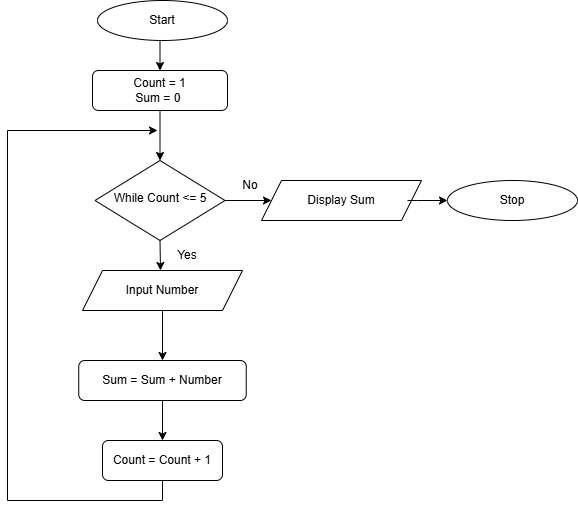
Earlier version of the draw.io export images/Q3.drawio.png (jayani-athukorala/algorithm-flowchart-exercise). Source tidied: cells renumbered, new cells last; positions are measured from the earlier drawing's top-left corner, leaving out a move shared by most shapes. Source of this version:
```xml
<mxGraphModel>
  <root>
    <mxCell id="0" />
    <mxCell id="1" parent="0" />
    <mxCell id="2" value="Count = 1&lt;div&gt;Sum = 0&amp;nbsp;&lt;/div&gt;" style="rounded=1;whiteSpace=wrap;html=1;fontSize=12;glass=0;strokeWidth=1;shadow=0;" parent="1" vertex="1">
      <mxGeometry x="85" y="70" width="135" height="40" as="geometry" />
    </mxCell>
    <mxCell id="3" style="edgeStyle=orthogonalEdgeStyle;rounded=0;jettySize=auto;html=1;" parent="1" edge="1" source="4" target="9">
      <mxGeometry relative="1" as="geometry" />
    </mxCell>
    <mxCell id="4" value="While Count &amp;lt;= 5" style="rhombus;whiteSpace=wrap;html=1;shadow=0;fontFamily=Helvetica;fontSize=12;align=center;strokeWidth=1;spacing=6;spacingTop=-4;" parent="1" vertex="1">
      <mxGeometry x="87.5" y="160" width="130" height="80" as="geometry" />
    </mxCell>
    <mxCell id="5" value="Count = Count + 1" style="rounded=1;whiteSpace=wrap;html=1;fontSize=12;glass=0;strokeWidth=1;shadow=0;" parent="1" vertex="1">
      <mxGeometry x="95" y="440" width="120" height="40" as="geometry" />
    </mxCell>
    <mxCell id="6" value="Sum = Sum + Number" style="rounded=1;whiteSpace=wrap;html=1;fontSize=12;glass=0;strokeWidth=1;shadow=0;" parent="1" vertex="1">
      <mxGeometry x="71.2" y="360" width="167.5" height="40" as="geometry" />
    </mxCell>
    <mxCell id="7" style="edgeStyle=orthogonalEdgeStyle;rounded=0;jettySize=auto;html=1;exitX=0.5;exitY=1;exitDx=0;exitDy=0;entryX=0.5;entryY=0;entryDx=0;entryDy=0;" parent="1" edge="1" source="8" target="2">
      <mxGeometry relative="1" as="geometry" />
    </mxCell>
    <mxCell id="8" value="Start" style="ellipse;whiteSpace=wrap;html=1;" parent="1" vertex="1">
      <mxGeometry x="90" width="130" height="40" as="geometry" />
    </mxCell>
    <mxCell id="9" value="Display Sum" style="shape=parallelogram;perimeter=parallelogramPerimeter;whiteSpace=wrap;html=1;fixedSize=1;" parent="1" vertex="1">
      <mxGeometry x="254" y="180" width="160" height="40" as="geometry" />
    </mxCell>
    <mxCell id="10" value="Yes" style="text;html=1;whiteSpace=wrap;strokeColor=none;fillColor=none;align=center;verticalAlign=middle;rounded=0;" parent="1" vertex="1">
      <mxGeometry x="150" y="240" width="60" height="30" as="geometry" />
    </mxCell>
    <mxCell id="11" style="endArrow=classic;html=1;rounded=0;exitX=0.5;exitY=1;exitDx=0;exitDy=0;entryX=0.5;entryY=0;entryDx=0;entryDy=0;" parent="1" edge="1" source="2" target="4">
      <mxGeometry relative="1" as="geometry" />
    </mxCell>
    <mxCell id="12" style="endArrow=classic;html=1;rounded=0;exitX=0.5;exitY=1;exitDx=0;exitDy=0;" parent="1" edge="1" source="4">
      <mxGeometry relative="1" as="geometry">
        <mxPoint x="153" y="270" as="targetPoint" />
      </mxGeometry>
    </mxCell>
    <mxCell id="13" value="Input Number" style="shape=parallelogram;perimeter=parallelogramPerimeter;whiteSpace=wrap;html=1;fixedSize=1;" parent="1" vertex="1">
      <mxGeometry x="75" y="270" width="160" height="40" as="geometry" />
    </mxCell>
    <mxCell id="14" value="No" style="text;html=1;whiteSpace=wrap;strokeColor=none;fillColor=none;align=center;verticalAlign=middle;rounded=0;" parent="1" vertex="1">
      <mxGeometry x="212.5" y="170" width="60" height="30" as="geometry" />
    </mxCell>
    <mxCell id="15" style="endArrow=classic;html=1;rounded=0;exitX=0.5;exitY=1;exitDx=0;exitDy=0;entryX=0.5;entryY=0;entryDx=0;entryDy=0;" parent="1" edge="1" source="13" target="6">
      <mxGeometry relative="1" as="geometry" />
    </mxCell>
    <mxCell id="16" style="endArrow=classic;html=1;rounded=0;exitX=0.5;exitY=1;exitDx=0;exitDy=0;entryX=0.5;entryY=0;entryDx=0;entryDy=0;" parent="1" edge="1" source="6" target="5">
      <mxGeometry relative="1" as="geometry" />
    </mxCell>
    <mxCell id="17" style="endArrow=classic;html=1;rounded=0;exitX=0.5;exitY=1;exitDx=0;exitDy=0;" parent="1" edge="1" source="5">
      <mxGeometry relative="1" as="geometry">
        <mxPoint x="150" y="130" as="targetPoint" />
        <Array as="points">
          <mxPoint x="155" y="500" />
          <mxPoint y="500" />
          <mxPoint y="130" />
        </Array>
      </mxGeometry>
    </mxCell>
    <mxCell id="18" style="endArrow=classic;html=1;rounded=0;" parent="1" edge="1">
      <mxGeometry relative="1" as="geometry">
        <mxPoint x="400" y="200" as="sourcePoint" />
        <mxPoint x="440" y="200" as="targetPoint" />
        <Array as="points">
          <mxPoint x="410" y="200" />
        </Array>
      </mxGeometry>
    </mxCell>
    <mxCell id="19" value="Stop" style="ellipse;whiteSpace=wrap;html=1;" parent="1" vertex="1">
      <mxGeometry x="440" y="180" width="130" height="40" as="geometry" />
    </mxCell>
  </root>
</mxGraphModel>
```
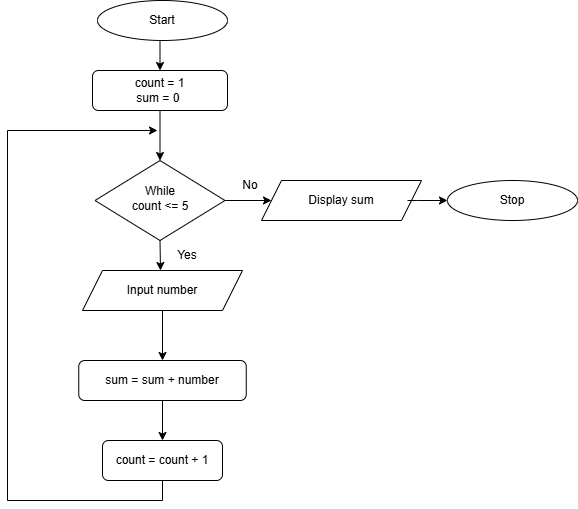
The same file after the commit.

The edit, as a diff of the source:
```diff
@@ -2,19 +2,19 @@
   <root>
     <mxCell id="0" />
     <mxCell id="1" parent="0" />
-    <mxCell id="2" value="Count = 1&lt;div&gt;Sum = 0&amp;nbsp;&lt;/div&gt;" style="rounded=1;whiteSpace=wrap;html=1;fontSize=12;glass=0;strokeWidth=1;shadow=0;" parent="1" vertex="1">
+    <mxCell id="2" value="count = 1&lt;div&gt;sum = 0&amp;nbsp;&lt;/div&gt;" style="rounded=1;whiteSpace=wrap;html=1;fontSize=12;glass=0;strokeWidth=1;shadow=0;" parent="1" vertex="1">
       <mxGeometry x="85" y="70" width="135" height="40" as="geometry" />
     </mxCell>
     <mxCell id="3" style="edgeStyle=orthogonalEdgeStyle;rounded=0;jettySize=auto;html=1;" parent="1" edge="1" source="4" target="9">
       <mxGeometry relative="1" as="geometry" />
     </mxCell>
-    <mxCell id="4" value="While Count &amp;lt;= 5" style="rhombus;whiteSpace=wrap;html=1;shadow=0;fontFamily=Helvetica;fontSize=12;align=center;strokeWidth=1;spacing=6;spacingTop=-4;" parent="1" vertex="1">
+    <mxCell id="4" value="While&lt;div&gt;count &amp;lt;= 5&lt;/div&gt;" style="rhombus;whiteSpace=wrap;html=1;shadow=0;fontFamily=Helvetica;fontSize=12;align=center;strokeWidth=1;spacing=6;spacingTop=-4;" parent="1" vertex="1">
       <mxGeometry x="87.5" y="160" width="130" height="80" as="geometry" />
     </mxCell>
-    <mxCell id="5" value="Count = Count + 1" style="rounded=1;whiteSpace=wrap;html=1;fontSize=12;glass=0;strokeWidth=1;shadow=0;" parent="1" vertex="1">
+    <mxCell id="5" value="count = count + 1" style="rounded=1;whiteSpace=wrap;html=1;fontSize=12;glass=0;strokeWidth=1;shadow=0;" parent="1" vertex="1">
       <mxGeometry x="95" y="440" width="120" height="40" as="geometry" />
     </mxCell>
-    <mxCell id="6" value="Sum = Sum + Number" style="rounded=1;whiteSpace=wrap;html=1;fontSize=12;glass=0;strokeWidth=1;shadow=0;" parent="1" vertex="1">
+    <mxCell id="6" value="sum = sum + number" style="rounded=1;whiteSpace=wrap;html=1;fontSize=12;glass=0;strokeWidth=1;shadow=0;" parent="1" vertex="1">
       <mxGeometry x="71.2" y="360" width="167.5" height="40" as="geometry" />
     </mxCell>
     <mxCell id="7" style="edgeStyle=orthogonalEdgeStyle;rounded=0;jettySize=auto;html=1;exitX=0.5;exitY=1;exitDx=0;exitDy=0;entryX=0.5;entryY=0;entryDx=0;entryDy=0;" parent="1" edge="1" source="8" target="2">
@@ -23,7 +23,7 @@
     <mxCell id="8" value="Start" style="ellipse;whiteSpace=wrap;html=1;" parent="1" vertex="1">
       <mxGeometry x="90" width="130" height="40" as="geometry" />
     </mxCell>
-    <mxCell id="9" value="Display Sum" style="shape=parallelogram;perimeter=parallelogramPerimeter;whiteSpace=wrap;html=1;fixedSize=1;" parent="1" vertex="1">
+    <mxCell id="9" value="Display sum" style="shape=parallelogram;perimeter=parallelogramPerimeter;whiteSpace=wrap;html=1;fixedSize=1;" parent="1" vertex="1">
       <mxGeometry x="254" y="180" width="160" height="40" as="geometry" />
     </mxCell>
     <mxCell id="10" value="Yes" style="text;html=1;whiteSpace=wrap;strokeColor=none;fillColor=none;align=center;verticalAlign=middle;rounded=0;" parent="1" vertex="1">
@@ -37,7 +37,7 @@
         <mxPoint x="153" y="270" as="targetPoint" />
       </mxGeometry>
     </mxCell>
-    <mxCell id="13" value="Input Number" style="shape=parallelogram;perimeter=parallelogramPerimeter;whiteSpace=wrap;html=1;fixedSize=1;" parent="1" vertex="1">
+    <mxCell id="13" value="Input number" style="shape=parallelogram;perimeter=parallelogramPerimeter;whiteSpace=wrap;html=1;fixedSize=1;" parent="1" vertex="1">
       <mxGeometry x="75" y="270" width="160" height="40" as="geometry" />
     </mxCell>
     <mxCell id="14" value="No" style="text;html=1;whiteSpace=wrap;strokeColor=none;fillColor=none;align=center;verticalAlign=middle;rounded=0;" parent="1" vertex="1">
```
